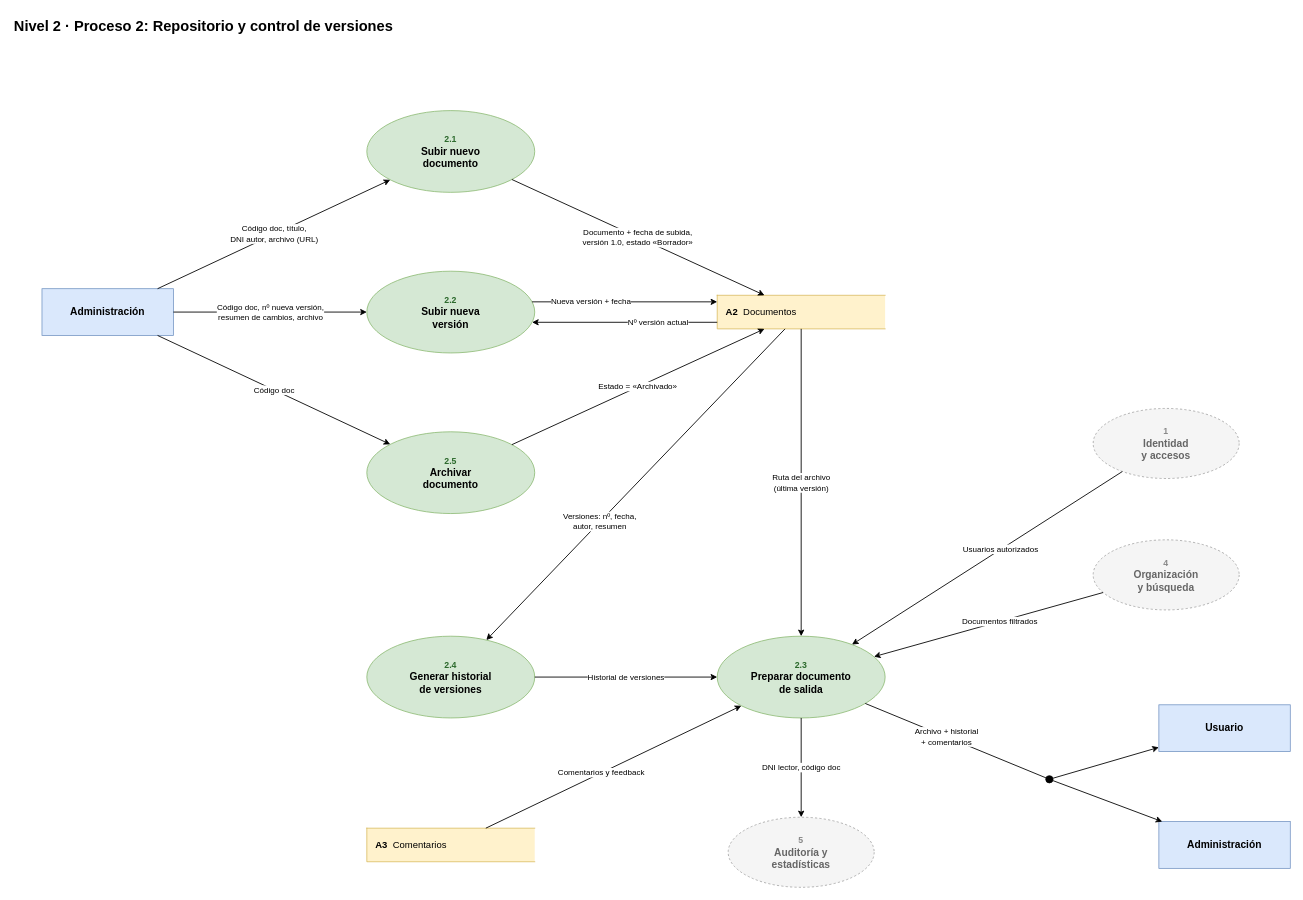
adriivarela06/P2_DDSI keeps this draw.io diagram as page "Nivel 2 · Proceso 2" (4 of 7) of diagramas_sistema_documentacion /dfd/dfd_sistema_documentacion.drawio. Above is the earlier version. Source tidied: cells renumbered, new cells numbered last; positions are measured from the earlier drawing's top-left corner, leaving out a move shared by most shapes. Both pictures are drawn from the tidied source at 73%, with x=0, y=0 at pixel (12, 12).
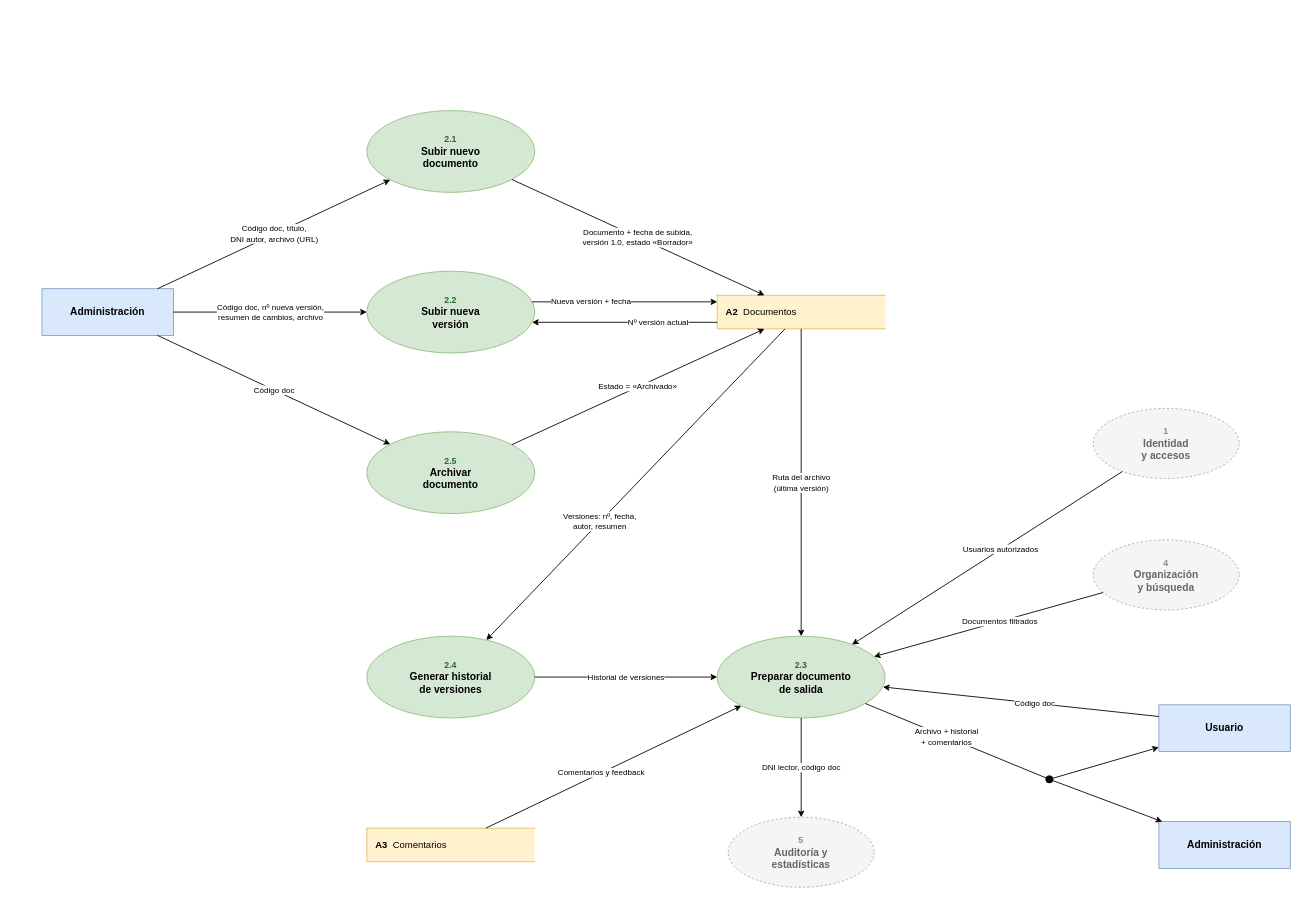
The same page after the edit.

Commit message (it also covers changes not shown here):
Retoque del nivel 2 antes de que el profesor lo vea

The change refers to these unchanged cells:
```xml
<mxCell id="7" value="&lt;font style=&quot;font-size:12px&quot; color=&quot;#2d6a2d&quot;&gt;2.3&lt;/font&gt;&lt;br&gt;Preparar documento&lt;br&gt;de salida" style="ellipse;whiteSpace=wrap;html=1;fillColor=#d5e8d4;strokeColor=#82b366;fontColor=#000000;fontSize=14;fontStyle=1;" parent="1" vertex="1">
  <mxGeometry x="965" y="854" width="230" height="112" as="geometry" />
</mxCell>
<mxCell id="14" value="Usuario" style="rounded=0;whiteSpace=wrap;html=1;fillColor=#dae8fc;strokeColor=#6c8ebf;fontStyle=1;fontSize=14;" parent="1" vertex="1">
  <mxGeometry x="1570" y="948" width="180" height="64" as="geometry" />
</mxCell>
```

Diff of the diagram source:
```diff
@@
-    <mxCell id="33" value="&lt;b&gt;Nivel 2 · Proceso 2: Repositorio y control de versiones&lt;/b&gt;" style="text;html=1;align=left;fontSize=20;" parent="1" vertex="1">
-      <mxGeometry width="900" height="36" as="geometry" />
-    </mxCell>
+    <mxCell id="34" value="Código doc" style="edgeStyle=none;html=1;endArrow=classic;endFill=1;strokeWidth=1.2;fontSize=11;labelBackgroundColor=#ffffff;exitX=0;exitY=0.25;exitDx=0;exitDy=0;entryX=0.987;entryY=0.621;entryDx=0;entryDy=0;entryPerimeter=0;" parent="1" edge="1" source="14" target="7">
+      <mxGeometry x="-0.1" relative="1" as="geometry" />
+    </mxCell>
```
